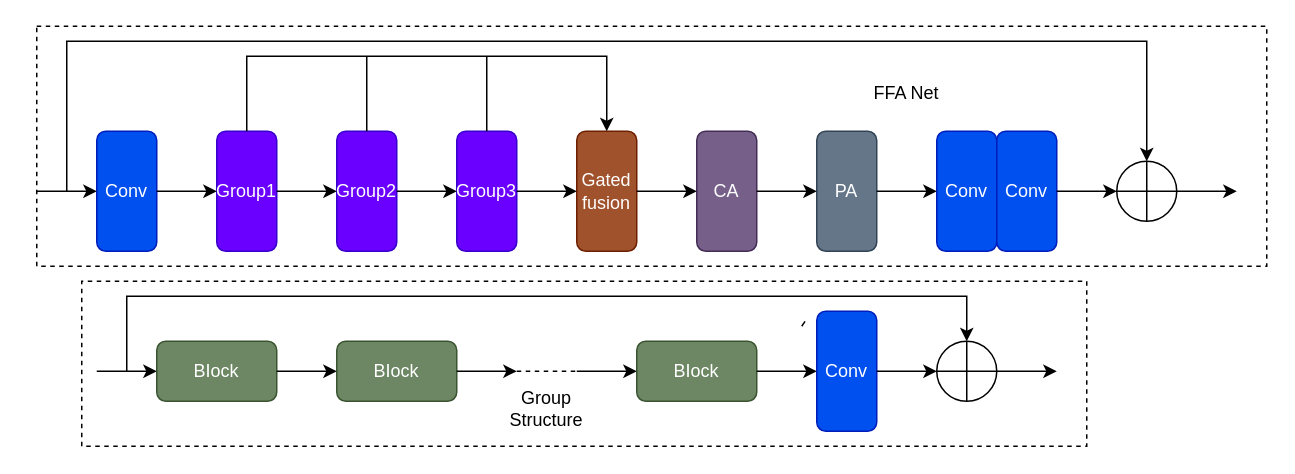
Before: FFA Net.drawio in lgq622/long, a draw.io diagram. Source tidied: cells renumbered, new cells numbered last; positions are measured from the earlier drawing's top-left corner, leaving out a move shared by most shapes. Both pictures are drawn from the tidied source at 150%, with x=0, y=0 at pixel (36, 26).
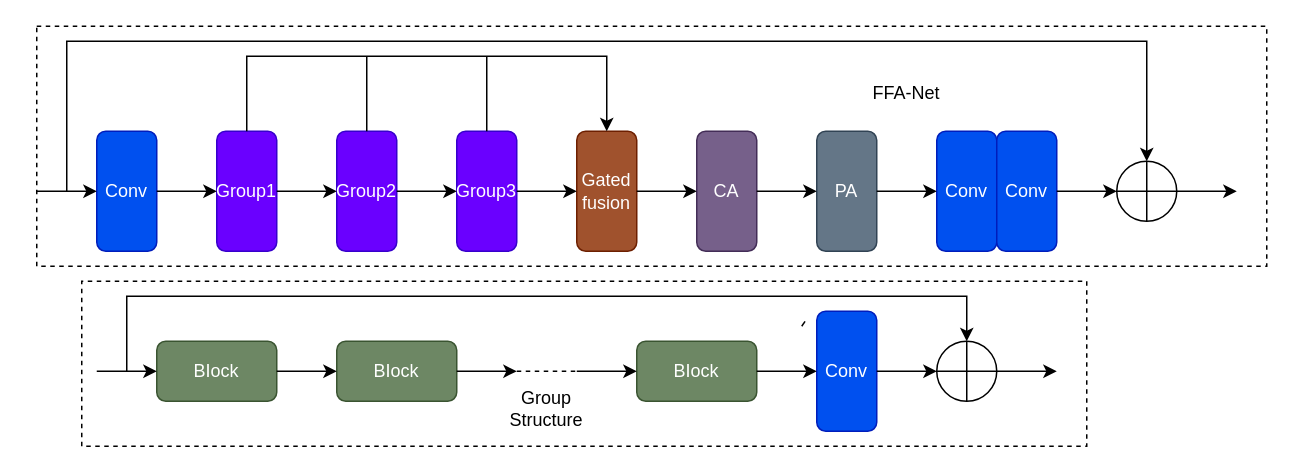
Above is the later version.

The edit, as a diff of the source:
```diff
@@
-    <mxCell id="47" value="FFA Net" style="text;html=1;align=center;verticalAlign=middle;whiteSpace=wrap;rounded=0;" parent="1" vertex="1">
+    <mxCell id="47" value="FFA-Net" style="text;html=1;align=center;verticalAlign=middle;whiteSpace=wrap;rounded=0;" parent="1" vertex="1">
       <mxGeometry x="550" y="30" width="60" height="30" as="geometry" />
     </mxCell>
```
